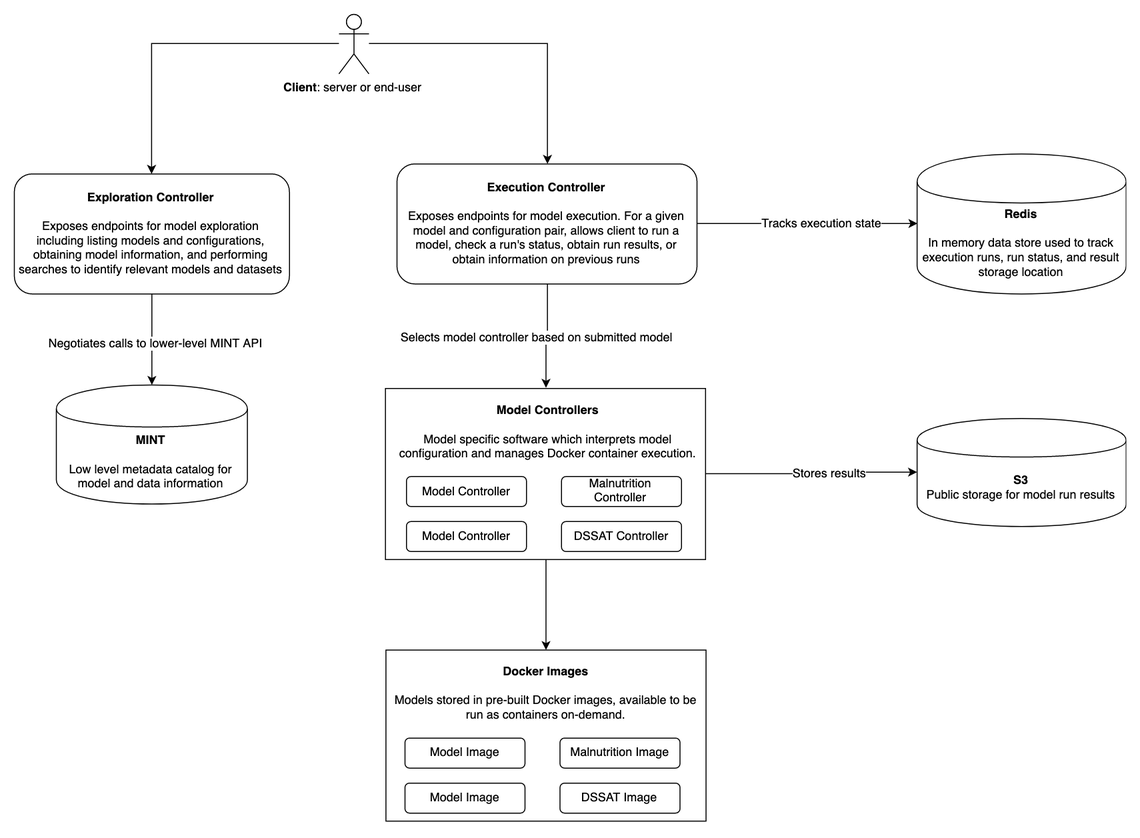
Before: images/MaaS-Architecture.png, a diagram exported from draw.io (WorldModelers/ModelService). Source tidied: cells renumbered, new cells last; positions are measured from the earlier drawing's top-left corner, leaving out a move shared by most shapes.
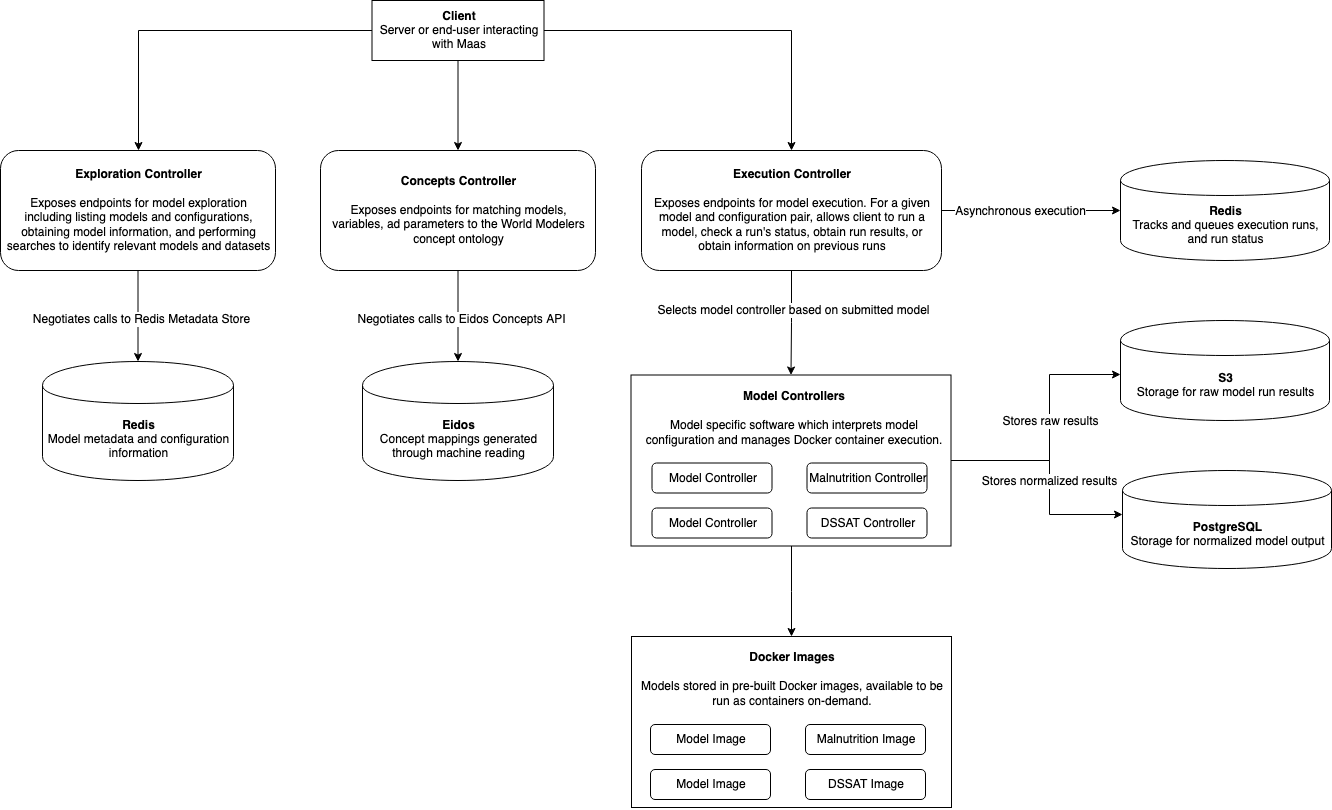
The same diagram one commit later.

Commit message:
updated architecture diagram

Diff of the diagram source:
```diff
@@ -2,23 +2,20 @@
   <root>
     <mxCell id="0" />
     <mxCell id="1" parent="0" />
-    <mxCell id="2" style="edgeStyle=orthogonalEdgeStyle;rounded=0;jettySize=auto;html=1;" parent="1" edge="1" source="4" target="7">
+    <mxCell id="2" style="edgeStyle=orthogonalEdgeStyle;rounded=0;jettySize=auto;html=1;exitX=0;exitY=0.5;exitDx=0;exitDy=0;" parent="1" edge="1" source="40" target="7">
       <mxGeometry relative="1" as="geometry" />
     </mxCell>
-    <mxCell id="3" style="edgeStyle=orthogonalEdgeStyle;rounded=0;jettySize=auto;html=1;" parent="1" edge="1" source="4" target="12">
+    <mxCell id="3" style="edgeStyle=orthogonalEdgeStyle;rounded=0;jettySize=auto;html=1;exitX=1;exitY=0.5;exitDx=0;exitDy=0;" parent="1" edge="1" source="40" target="12">
       <mxGeometry relative="1" as="geometry" />
     </mxCell>
-    <mxCell id="4" value="&lt;b&gt;Client&lt;/b&gt;: server or end-user" style="shape=umlActor;verticalLabelPosition=bottom;labelBackgroundColor=#ffffff;verticalAlign=top;html=1;outlineConnect=0;" parent="1" vertex="1">
-      <mxGeometry x="324" width="30" height="60" as="geometry" />
-    </mxCell>
     <mxCell id="5" style="edgeStyle=orthogonalEdgeStyle;rounded=0;jettySize=auto;html=1;" parent="1" edge="1" source="7" target="13">
       <mxGeometry relative="1" as="geometry" />
     </mxCell>
-    <mxCell id="6" value="Negotiates calls to lower-level MINT API" style="text;html=1;align=center;verticalAlign=middle;labelBackgroundColor=#ffffff;" parent="5" vertex="1">
+    <mxCell id="6" value="Negotiates calls to Redis Metadata Store" style="text;html=1;align=center;verticalAlign=middle;labelBackgroundColor=#ffffff;" parent="5" vertex="1">
       <mxGeometry x="0.06" y="3" relative="1" as="geometry" />
     </mxCell>
     <mxCell id="7" value="&lt;div&gt;&lt;b&gt;Exploration Controller&lt;br&gt;&lt;br&gt;&lt;/b&gt;&lt;/div&gt;&lt;div&gt;Exposes endpoints for model exploration including listing models and configurations, obtaining model information, and performing searches to identify relevant models and datasets&lt;br&gt;&lt;/div&gt;" style="rounded=1;whiteSpace=wrap;html=1;spacingLeft=3;spacingRight=3;spacingTop=2;spacingBottom=2;" parent="1" vertex="1">
-      <mxGeometry x="-0.5" y="160" width="275" height="120" as="geometry" />
+      <mxGeometry x="52" y="150" width="275" height="120" as="geometry" />
     </mxCell>
     <mxCell id="8" style="edgeStyle=orthogonalEdgeStyle;rounded=0;jettySize=auto;html=1;entryX=0.5;entryY=0;entryDx=0;entryDy=0;" parent="1" edge="1" source="12" target="15">
       <mxGeometry relative="1" as="geometry" />
@@ -31,17 +28,19 @@
     <mxCell id="10" style="edgeStyle=orthogonalEdgeStyle;rounded=0;jettySize=auto;html=1;entryX=0;entryY=0.5;entryDx=0;entryDy=0;" parent="1" edge="1" source="12" target="29">
       <mxGeometry relative="1" as="geometry" />
     </mxCell>
-    <mxCell id="11" value="Tracks execution state" style="text;html=1;align=center;verticalAlign=middle;labelBackgroundColor=#ffffff;" parent="10" vertex="1">
-      <mxGeometry x="0.13" y="1" relative="1" as="geometry" />
+    <mxCell id="11" value="Asynchronous execution" style="text;html=1;align=center;verticalAlign=middle;labelBackgroundColor=#ffffff;" parent="10" vertex="1">
+      <mxGeometry x="0.13" y="1" relative="1" as="geometry">
+        <mxPoint x="-23" y="1" as="offset" />
+      </mxGeometry>
     </mxCell>
     <mxCell id="12" value="&lt;div&gt;&lt;b&gt;Execution Controller&lt;br&gt;&lt;br&gt;&lt;/b&gt;&lt;/div&gt;Exposes endpoints for model execution. For a given model and configuration pair, allows client to run a model, check a run's status, obtain run results, or obtain information on previous runs" style="rounded=1;whiteSpace=wrap;html=1;spacingLeft=3;spacingRight=3;" parent="1" vertex="1">
-      <mxGeometry x="382" y="150" width="300" height="120" as="geometry" />
+      <mxGeometry x="693" y="150" width="300" height="120" as="geometry" />
     </mxCell>
-    <mxCell id="13" value="&lt;div&gt;&lt;b&gt;MINT&lt;br&gt;&lt;/b&gt;&lt;/div&gt;&lt;div&gt;&lt;b&gt;&lt;br&gt;&lt;/b&gt;&lt;/div&gt;&lt;div&gt;Low level metadata catalog for model and data information&lt;br&gt;&lt;b&gt;&lt;/b&gt;&lt;/div&gt;" style="shape=cylinder;whiteSpace=wrap;html=1;boundedLbl=1;backgroundOutline=1;spacingLeft=3;spacingRight=3;spacingTop=2;spacingBottom=2;" parent="1" vertex="1">
-      <mxGeometry x="41.5" y="371" width="191" height="119" as="geometry" />
+    <mxCell id="13" value="&lt;b&gt;Redis&lt;/b&gt;&lt;div&gt;Model metadata and configuration information&lt;br&gt;&lt;b&gt;&lt;/b&gt;&lt;/div&gt;" style="shape=cylinder;whiteSpace=wrap;html=1;boundedLbl=1;backgroundOutline=1;spacingLeft=3;spacingRight=3;spacingTop=2;spacingBottom=2;" parent="1" vertex="1">
+      <mxGeometry x="94" y="361" width="191" height="119" as="geometry" />
     </mxCell>
     <mxCell id="14" style="group;" parent="1" vertex="1">
-      <mxGeometry x="371.5" y="376.5" width="321" height="171" as="geometry" />
+      <mxGeometry x="683.5" y="376.5" width="321" height="171" as="geometry" />
     </mxCell>
     <mxCell id="15" style="rounded=0;whiteSpace=wrap;html=1;" parent="14" vertex="1">
       <mxGeometry x="-1" y="-2" width="320" height="171" as="geometry" />
@@ -62,7 +61,7 @@
       <mxGeometry x="1" y="11" width="320" height="60" as="geometry" />
     </mxCell>
     <mxCell id="21" style="group;" parent="1" vertex="1">
-      <mxGeometry x="370" y="638" width="321" height="171" as="geometry" />
+      <mxGeometry x="682" y="638" width="321" height="171" as="geometry" />
     </mxCell>
     <mxCell id="22" style="rounded=0;whiteSpace=wrap;html=1;" parent="21" vertex="1">
       <mxGeometry x="1" y="-2" width="320" height="171" as="geometry" />
@@ -85,17 +84,59 @@
     <mxCell id="28" style="edgeStyle=orthogonalEdgeStyle;rounded=0;jettySize=auto;html=1;" parent="1" edge="1" source="15" target="22">
       <mxGeometry relative="1" as="geometry" />
     </mxCell>
-    <mxCell id="29" value="&lt;div&gt;&lt;b&gt;Redis&lt;br&gt;&lt;/b&gt;&lt;/div&gt;&lt;div&gt;&lt;b&gt;&lt;br&gt;&lt;/b&gt;&lt;/div&gt;&lt;div&gt;In memory data store used to track execution runs, run status, and result storage location&lt;br&gt;&lt;b&gt;&lt;/b&gt;&lt;/div&gt;" style="shape=cylinder;whiteSpace=wrap;html=1;boundedLbl=1;backgroundOutline=1;spacingLeft=3;spacingRight=3;spacingTop=2;spacingBottom=2;" parent="1" vertex="1">
-      <mxGeometry x="902" y="140" width="209" height="140" as="geometry" />
+    <mxCell id="29" value="&lt;div&gt;&lt;b&gt;Redis&lt;br&gt;&lt;/b&gt;&lt;/div&gt;&lt;div&gt;Tracks and queues execution runs, and run status&lt;br&gt;&lt;b&gt;&lt;/b&gt;&lt;/div&gt;" style="shape=cylinder;whiteSpace=wrap;html=1;boundedLbl=1;backgroundOutline=1;spacingLeft=3;spacingRight=3;spacingTop=2;spacingBottom=2;" parent="1" vertex="1">
+      <mxGeometry x="1172" y="160" width="209" height="100" as="geometry" />
     </mxCell>
-    <mxCell id="30" value="&lt;b&gt;S3&lt;/b&gt;&lt;div&gt;Public storage for model run results&lt;br&gt;&lt;/div&gt;" style="shape=cylinder;whiteSpace=wrap;html=1;boundedLbl=1;backgroundOutline=1;spacingLeft=3;spacingRight=3;spacingTop=2;spacingBottom=2;" parent="1" vertex="1">
-      <mxGeometry x="902" y="404.5" width="209" height="108" as="geometry" />
+    <mxCell id="30" value="&lt;b&gt;S3&lt;/b&gt;&lt;div&gt;Storage for raw model run results&lt;br&gt;&lt;/div&gt;" style="shape=cylinder;whiteSpace=wrap;html=1;boundedLbl=1;backgroundOutline=1;spacingLeft=3;spacingRight=3;spacingTop=2;spacingBottom=2;" parent="1" vertex="1">
+      <mxGeometry x="1172" y="320" width="209" height="100" as="geometry" />
     </mxCell>
     <mxCell id="31" style="edgeStyle=orthogonalEdgeStyle;rounded=0;jettySize=auto;html=1;" parent="1" edge="1" source="15" target="30">
-      <mxGeometry relative="1" as="geometry" />
+      <mxGeometry relative="1" as="geometry">
+        <Array as="points">
+          <mxPoint x="1101" y="460" />
+          <mxPoint x="1101" y="374" />
+        </Array>
+      </mxGeometry>
     </mxCell>
-    <mxCell id="32" value="Stores results" style="text;html=1;align=center;verticalAlign=middle;labelBackgroundColor=#ffffff;" parent="31" vertex="1">
-      <mxGeometry x="0.16" relative="1" as="geometry" />
+    <mxCell id="32" value="Stores raw results" style="text;html=1;align=center;verticalAlign=middle;labelBackgroundColor=#ffffff;" parent="31" vertex="1">
+      <mxGeometry x="0.16" relative="1" as="geometry">
+        <mxPoint y="10" as="offset" />
+      </mxGeometry>
     </mxCell>
+    <mxCell id="33" style="edgeStyle=orthogonalEdgeStyle;rounded=0;jettySize=auto;html=1;" parent="1" edge="1" source="35" target="36">
+      <mxGeometry relative="1" as="geometry" />
+    </mxCell>
+    <mxCell id="34" value="Negotiates calls to Eidos Concepts API" style="text;html=1;align=center;verticalAlign=middle;labelBackgroundColor=#ffffff;" parent="33" vertex="1">
+      <mxGeometry x="0.06" y="3" relative="1" as="geometry" />
+    </mxCell>
+    <mxCell id="35" value="&lt;div&gt;&lt;b&gt;Concepts Controller&lt;br&gt;&lt;br&gt;&lt;/b&gt;&lt;/div&gt;&lt;div&gt;Exposes endpoints for matching models, variables, ad parameters to the World Modelers concept ontology&lt;br&gt;&lt;/div&gt;" style="rounded=1;whiteSpace=wrap;html=1;spacingLeft=3;spacingRight=3;spacingTop=2;spacingBottom=2;" parent="1" vertex="1">
+      <mxGeometry x="372" y="150" width="275" height="120" as="geometry" />
+    </mxCell>
+    <mxCell id="36" value="&lt;b&gt;Eidos&lt;/b&gt;&lt;div&gt;Concept mappings generated through machine reading&lt;br&gt;&lt;b&gt;&lt;/b&gt;&lt;/div&gt;" style="shape=cylinder;whiteSpace=wrap;html=1;boundedLbl=1;backgroundOutline=1;spacingLeft=3;spacingRight=3;spacingTop=2;spacingBottom=2;" parent="1" vertex="1">
+      <mxGeometry x="414" y="361" width="191" height="119" as="geometry" />
+    </mxCell>
+    <mxCell id="37" style="edgeStyle=orthogonalEdgeStyle;rounded=0;jettySize=auto;html=1;" parent="1" edge="1" target="39">
+      <mxGeometry relative="1" as="geometry">
+        <mxPoint x="1005" y="460" as="sourcePoint" />
+        <Array as="points">
+          <mxPoint x="1101" y="460" />
+          <mxPoint x="1101" y="514" />
+        </Array>
+      </mxGeometry>
+    </mxCell>
+    <mxCell id="38" value="Stores normalized results" style="text;html=1;align=center;verticalAlign=middle;labelBackgroundColor=#ffffff;" parent="37" vertex="1">
+      <mxGeometry x="0.16" relative="1" as="geometry">
+        <mxPoint x="-1" y="-14" as="offset" />
+      </mxGeometry>
+    </mxCell>
+    <mxCell id="39" value="&lt;b&gt;PostgreSQL&lt;br&gt;&lt;/b&gt;&lt;div&gt;Storage for normalized model output&lt;br&gt;&lt;/div&gt;" style="shape=cylinder;whiteSpace=wrap;html=1;boundedLbl=1;backgroundOutline=1;spacingLeft=3;spacingRight=3;spacingTop=2;spacingBottom=2;" parent="1" vertex="1">
+      <mxGeometry x="1174" y="470" width="209" height="98" as="geometry" />
+    </mxCell>
+    <mxCell id="40" value="&lt;div&gt;&lt;b&gt;Client&lt;/b&gt;&lt;/div&gt;&lt;div&gt;Server or end-user interacting with Maas&lt;br&gt;&lt;/div&gt;&lt;b&gt;&lt;/b&gt;" style="rounded=0;whiteSpace=wrap;html=1;" parent="1" vertex="1">
+      <mxGeometry x="423.5" width="172" height="60" as="geometry" />
+    </mxCell>
+    <mxCell id="41" style="edgeStyle=orthogonalEdgeStyle;rounded=0;jettySize=auto;html=1;exitX=0.5;exitY=1;exitDx=0;exitDy=0;" parent="1" edge="1" source="40" target="35">
+      <mxGeometry relative="1" as="geometry" />
+    </mxCell>
   </root>
 </mxGraphModel>
```
